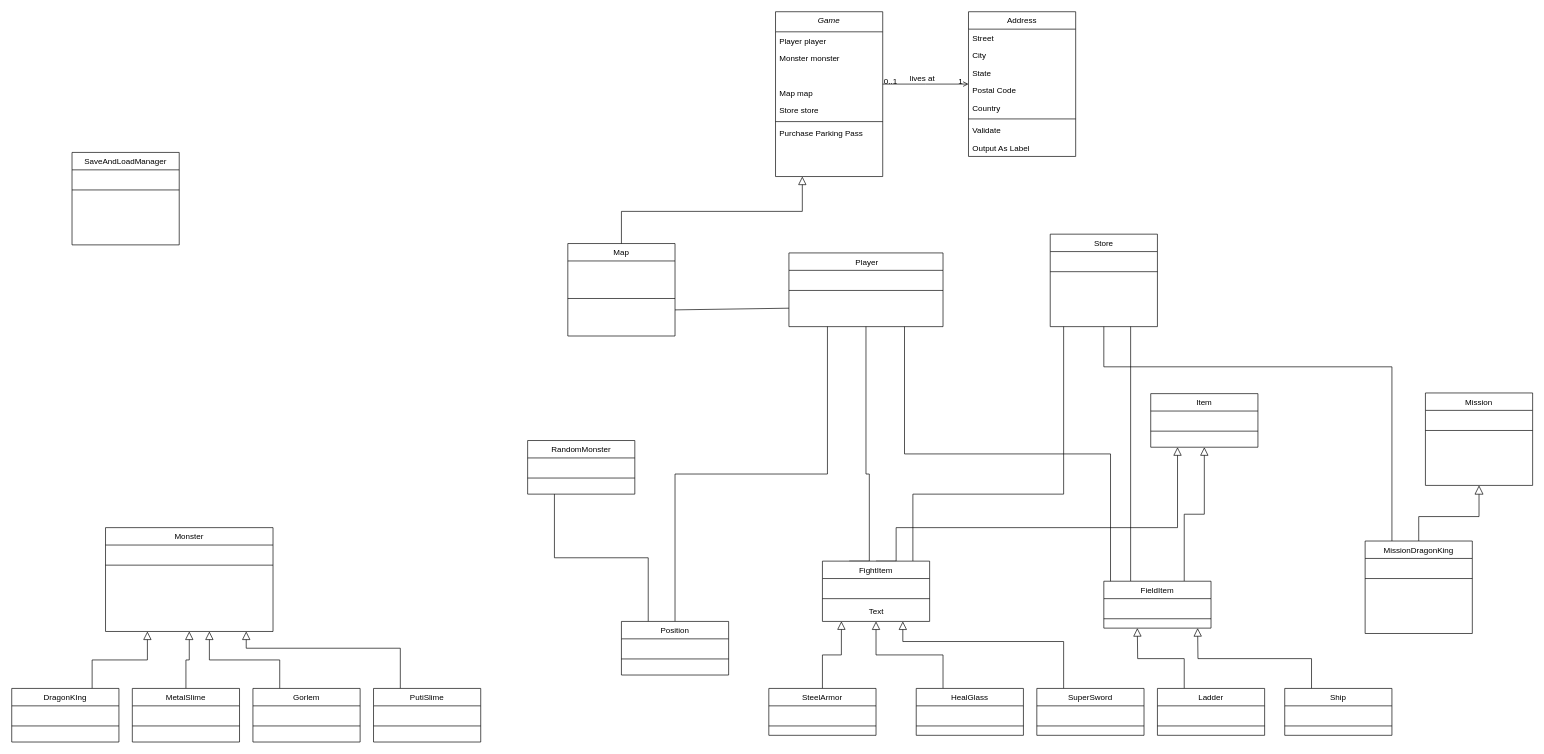
ns2pole/rpg_mini_game_1 keeps this draw.io diagram as 名称未設定ファイル.drawio. Above is the earlier version. Source tidied: cells renumbered, new cells numbered last; positions are measured from the earlier drawing's top-left corner, leaving out a move shared by most shapes. Both pictures are drawn from the tidied source at 67%, with x=0, y=0 at pixel (11, 11).
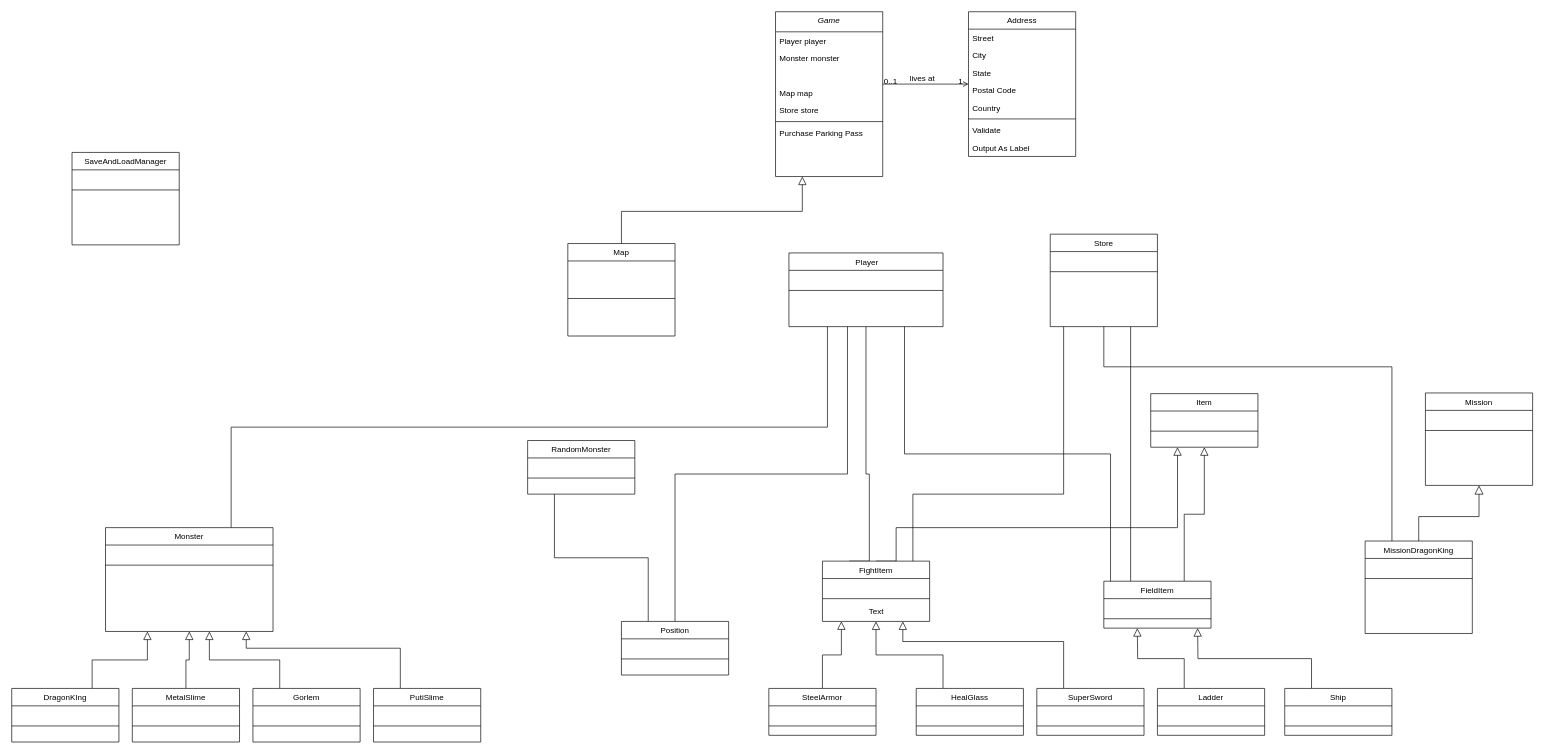
After the change.

Commit message:
名称未設定ファイル.drawio を更新します

Unchanged cells that the change refers to:
```xml
<mxCell id="14" value=" " style="text;align=left;verticalAlign=top;spacingLeft=4;spacingRight=4;overflow=hidden;points=[[0,0.5],[1,0.5]];portConstraint=eastwest;" parent="10" vertex="1">
  <mxGeometry y="86" width="160" height="26" as="geometry" />
</mxCell>
<mxCell id="18" value="Position" style="swimlane;fontStyle=0;align=center;verticalAlign=top;horizontal=1;startSize=26;rounded=0;shadow=0;strokeWidth=1;" parent="1" vertex="1">
  <mxGeometry x="910" y="910" width="160" height="80" as="geometry" />
</mxCell>
<mxCell id="87" value=" Player" style="swimlane;fontStyle=0;align=center;verticalAlign=top;horizontal=1;startSize=26;rounded=0;shadow=0;strokeWidth=1;points=[[0,0,0,0,0],[0,0.25,0,0,0],[0,0.5,0,0,0],[0,0.75,0,0,0],[0,1,0,0,0],[0.01,0.26,0,0,0],[0.01,0.32,0,0,0],[0.25,0,0,0,0],[0.25,1,0,0,0],[0.38,1,0,0,0],[0.5,0,0,0,0],[0.5,1,0,0,0],[0.62,1,0,0,0],[0.75,0,0,0,0],[0.75,1,0,0,0],[1,0,0,0,0],[1,0.25,0,0,0],[1,0.5,0,0,0],[1,0.75,0,0,0],[1,1,0,0,0]];" parent="1" vertex="1">
  <mxGeometry x="1160" y="360" width="230" height="110" as="geometry" />
</mxCell>
<mxCell id="98" value="Monster" style="swimlane;fontStyle=0;align=center;verticalAlign=top;horizontal=1;startSize=26;rounded=0;shadow=0;strokeWidth=1;points=[[0,0,0,0,0],[0,0.25,0,0,0],[0,0.5,0,0,0],[0,0.75,0,0,0],[0,1,0,0,0],[0.25,0,0,0,0],[0.25,1,0,0,0],[0.5,0,0,0,0],[0.5,1,0,0,0],[0.62,1,0,0,0],[0.75,0,0,0,0],[0.75,1,0,0,0],[1,0,0,0,0],[1,0.25,0,0,0],[1,0.5,0,0,0],[1,0.75,0,0,0],[1,1,0,0,0]];" parent="1" vertex="1">
  <mxGeometry x="140" y="770" width="250" height="155" as="geometry" />
</mxCell>
```

What changed in the source:
```diff
@@
-    <mxCell id="17" style="edgeStyle=orthogonalEdgeStyle;rounded=0;jettySize=auto;html=1;exitX=0.5;exitY=0;exitDx=0;exitDy=0;entryX=0.25;entryY=1;entryDx=0;entryDy=0;endArrow=none;endFill=0;" parent="1" edge="1" source="18" target="87">
+    <mxCell id="17" style="edgeStyle=orthogonalEdgeStyle;rounded=0;jettySize=auto;html=1;exitX=0.5;exitY=0;exitDx=0;exitDy=0;entryX=0.38;entryY=1;entryDx=0;entryDy=0;endArrow=none;endFill=0;entryPerimeter=0;" parent="1" edge="1" source="18" target="87">
       <mxGeometry relative="1" as="geometry" />
     </mxCell>
@@
+    <mxCell id="118" style="edgeStyle=orthogonalEdgeStyle;rounded=0;jettySize=auto;html=1;exitX=0.75;exitY=0;exitDx=0;exitDy=0;exitPerimeter=0;entryX=0.25;entryY=1;entryDx=0;entryDy=0;entryPerimeter=0;endArrow=none;endFill=0;" parent="1" edge="1" source="98" target="87">
+      <mxGeometry relative="1" as="geometry" />
+    </mxCell>
@@
-    <mxCell id="117" style="endArrow=none;html=1;rounded=0;exitX=1;exitY=0.5;exitDx=0;exitDy=0;entryX=0;entryY=0.75;entryDx=0;entryDy=0;strokeWidth=1;" parent="1" edge="1" source="14" target="87">
-      <mxGeometry relative="1" as="geometry" />
-    </mxCell>
```
